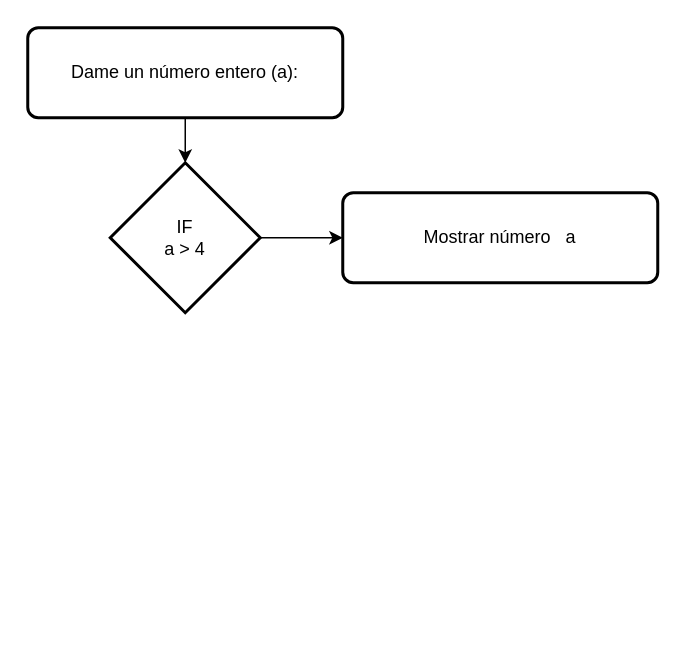
Earlier version of the draw.io diagram Untitled Diagram.drawio (MATT68/FullStack). Source tidied: cells renumbered, new cells numbered last; positions are measured from the earlier drawing's top-left corner, leaving out a move shared by most shapes. Both pictures are drawn from the tidied source at 150%, with x=0, y=0 at pixel (27, 27).
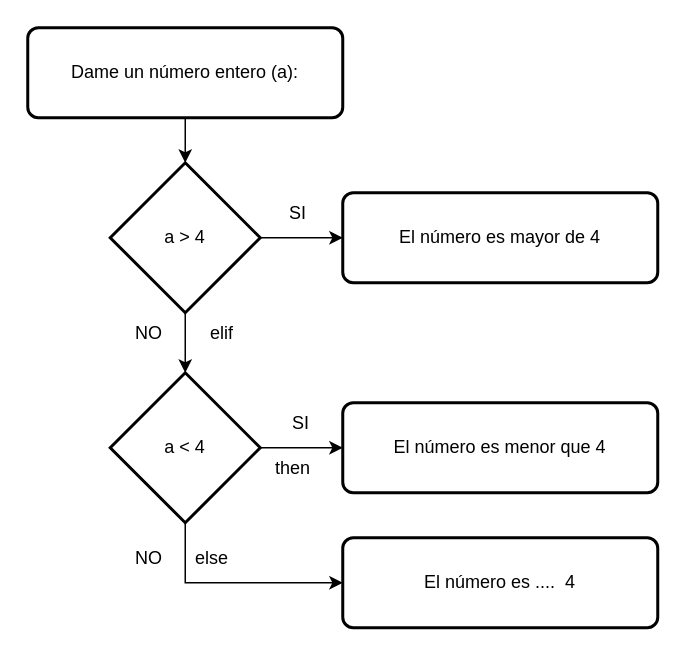
The same page after the edit.

Commit message:
Diagrama_if_elif_else

What changed in the source:
```diff
@@
+    <mxCell id="7" style="edgeStyle=orthogonalEdgeStyle;rounded=0;jettySize=auto;html=1;" parent="1" edge="1" source="3" target="14">
+      <mxGeometry relative="1" as="geometry" />
+    </mxCell>
-    <mxCell id="3" value="&lt;div&gt;IF &lt;br&gt;&lt;/div&gt;&lt;div&gt;a &amp;gt; 4&lt;/div&gt;" style="strokeWidth=2;html=1;shape=mxgraph.flowchart.decision;whiteSpace=wrap;" parent="1" vertex="1">
+    <mxCell id="3" value="&lt;div&gt;a &amp;gt; 4&lt;/div&gt;" style="strokeWidth=2;html=1;shape=mxgraph.flowchart.decision;whiteSpace=wrap;" parent="1" vertex="1">
       <mxGeometry x="55" y="90" width="100" height="100" as="geometry" />
     </mxCell>
@@
-    <mxCell id="6" value="Mostrar número&amp;nbsp;&amp;nbsp; a" style="rounded=1;whiteSpace=wrap;html=1;absoluteArcSize=1;arcSize=14;strokeWidth=2;" parent="1" vertex="1">
+    <mxCell id="6" value="El número es mayor de 4" style="rounded=1;whiteSpace=wrap;html=1;absoluteArcSize=1;arcSize=14;strokeWidth=2;" parent="1" vertex="1">
       <mxGeometry x="210" y="110" width="210" height="60" as="geometry" />
     </mxCell>
+    <mxCell id="8" value="&amp;nbsp; SI " style="text;html=1;" parent="1" vertex="1">
+      <mxGeometry x="166" y="110" width="30" height="30" as="geometry" />
+    </mxCell>
+    <mxCell id="9" value="El número es menor que 4" style="rounded=1;whiteSpace=wrap;html=1;absoluteArcSize=1;arcSize=14;strokeWidth=2;" parent="1" vertex="1">
+      <mxGeometry x="210" y="250" width="210" height="60" as="geometry" />
+    </mxCell>
+    <mxCell id="10" value="NO" style="text;html=1;" parent="1" vertex="1">
+      <mxGeometry x="70" y="190" width="30" height="30" as="geometry" />
+    </mxCell>
+    <mxCell id="11" value="&amp;nbsp;then " style="text;html=1;" parent="1" vertex="1">
+      <mxGeometry x="160" y="280" width="36" height="30" as="geometry" />
+    </mxCell>
+    <mxCell id="12" value="elif " style="text;html=1;" parent="1" vertex="1">
+      <mxGeometry x="120" y="190" width="30" height="30" as="geometry" />
+    </mxCell>
+    <mxCell id="13" style="edgeStyle=orthogonalEdgeStyle;rounded=0;jettySize=auto;html=1;" parent="1" edge="1" source="14" target="9">
+      <mxGeometry relative="1" as="geometry" />
+    </mxCell>
+    <mxCell id="14" value="&lt;div&gt;a &amp;lt; 4&lt;/div&gt;" style="strokeWidth=2;html=1;shape=mxgraph.flowchart.decision;whiteSpace=wrap;" parent="1" vertex="1">
+      <mxGeometry x="55" y="230" width="100" height="100" as="geometry" />
+    </mxCell>
+    <mxCell id="15" style="edgeStyle=orthogonalEdgeStyle;rounded=0;jettySize=auto;html=1;entryX=0;entryY=0.5;entryDx=0;entryDy=0;" parent="1" edge="1" source="14" target="16">
+      <mxGeometry relative="1" as="geometry">
+        <Array as="points">
+          <mxPoint x="105" y="370" />
+        </Array>
+      </mxGeometry>
+    </mxCell>
+    <mxCell id="16" value="El número es ....&amp;nbsp; 4" style="rounded=1;whiteSpace=wrap;html=1;absoluteArcSize=1;arcSize=14;strokeWidth=2;" parent="1" vertex="1">
+      <mxGeometry x="210" y="340" width="210" height="60" as="geometry" />
+    </mxCell>
+    <mxCell id="17" value="NO" style="text;html=1;" parent="1" vertex="1">
+      <mxGeometry x="70" y="340" width="30" height="30" as="geometry" />
+    </mxCell>
+    <mxCell id="18" value="else " style="text;html=1;" parent="1" vertex="1">
+      <mxGeometry x="110" y="340" width="30" height="30" as="geometry" />
+    </mxCell>
+    <mxCell id="19" value="&amp;nbsp; SI " style="text;html=1;" parent="1" vertex="1">
+      <mxGeometry x="168" y="250" width="30" height="30" as="geometry" />
+    </mxCell>
```
